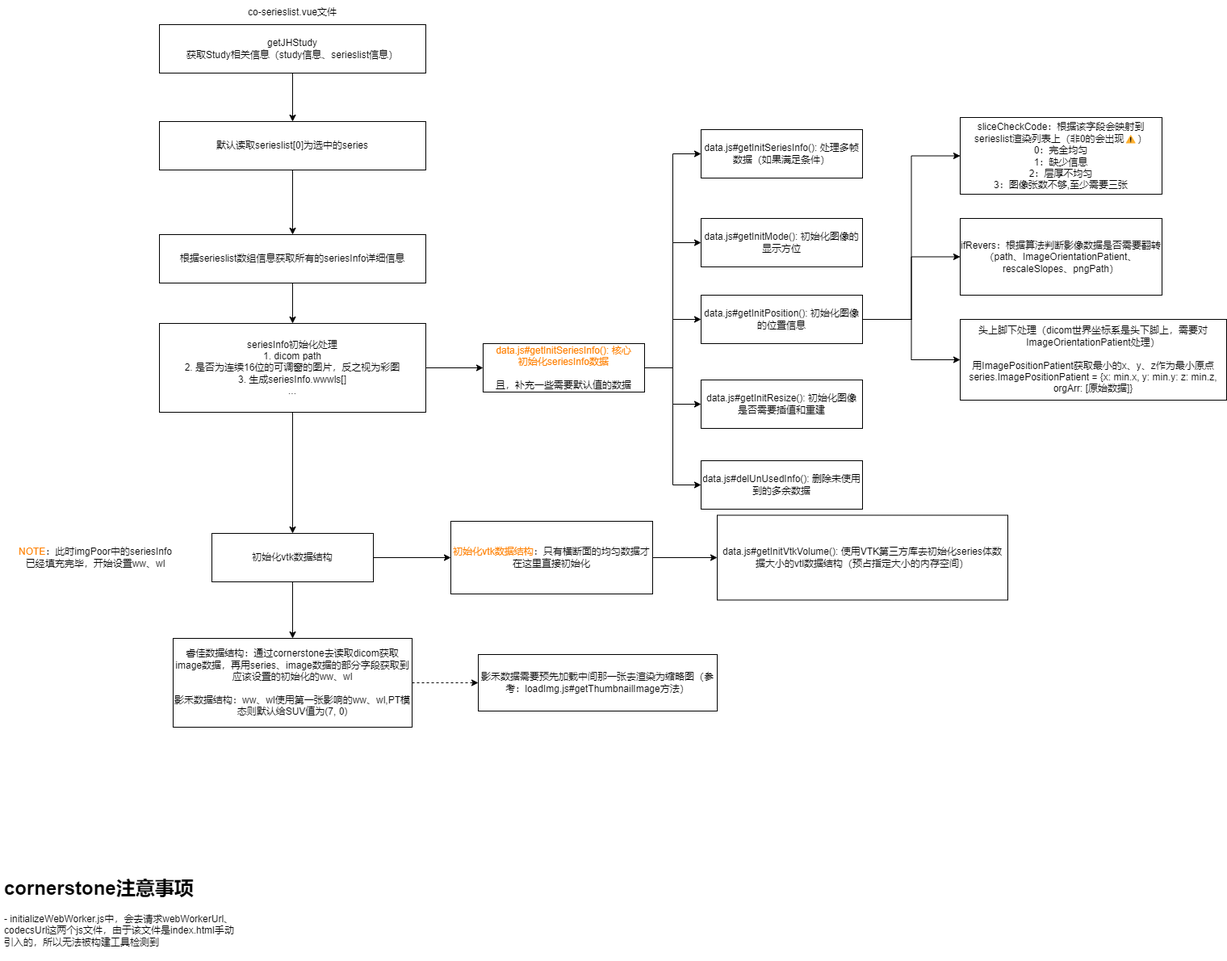
Earlier version of the draw.io export viewer数据流.drawio.png (JYbill/draw). Source tidied: cells renumbered, new cells last; positions are measured from the earlier drawing's top-left corner, leaving out a move shared by most shapes.
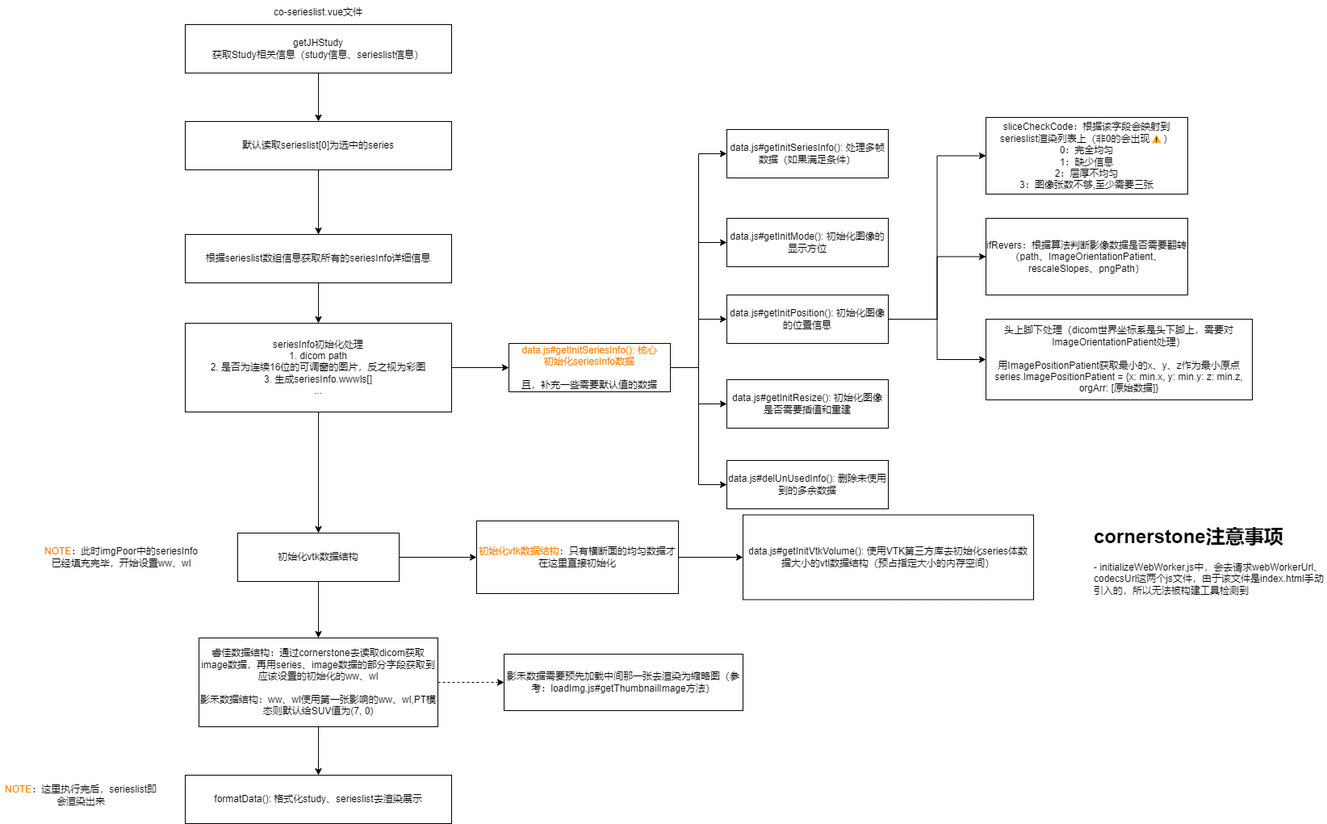
After the commit.

Commit message:
更新viewer数据流.drawio.png

What changed in the source:
```diff
@@ -99,7 +99,7 @@
       <mxGeometry x="868" y="570" width="200" height="60" as="geometry" />
     </mxCell>
     <mxCell id="34" value="&lt;h1&gt;cornerstone注意事项&lt;br&gt;&lt;/h1&gt;&lt;p&gt;- initializeWebWorker.js中，会去请求webWorkerUrl、codecsUrl这两个js文件，由于该文件是index.html手动引入的，所以无法被构建工具检测到&lt;/p&gt;" style="text;html=1;spacing=5;spacingTop=-20;whiteSpace=wrap;overflow=hidden;rounded=0;" parent="1" vertex="1">
-      <mxGeometry y="1080" width="294" height="110" as="geometry" />
+      <mxGeometry x="1318" y="645" width="294" height="110" as="geometry" />
     </mxCell>
     <mxCell id="35" value="data.js#getInitVtkVolume(): 使用VTK第三方库去初始化series体数据大小的vtl数据结构（预占指定大小的内存空间）" style="rounded=0;whiteSpace=wrap;html=1;" parent="1" vertex="1">
       <mxGeometry x="888" y="637.5" width="360" height="105" as="geometry" />
@@ -110,11 +110,20 @@
     <mxCell id="37" style="edgeStyle=orthogonalEdgeStyle;rounded=0;jettySize=auto;html=1;exitX=1;exitY=0.5;exitDx=0;exitDy=0;dashed=1;" parent="1" edge="1" source="38" target="39">
       <mxGeometry relative="1" as="geometry" />
     </mxCell>
+    <mxCell id="40" style="edgeStyle=orthogonalEdgeStyle;rounded=0;jettySize=auto;html=1;exitX=0.5;exitY=1;exitDx=0;exitDy=0;" parent="1" edge="1" source="38" target="41">
+      <mxGeometry relative="1" as="geometry" />
+    </mxCell>
     <mxCell id="38" value="睿佳数据结构：通过cornerstone去读取dicom获取image数据，再用series、image数据的部分字段获取到应该设置的初始化的ww、wl&lt;br&gt;&lt;br&gt;影禾数据结构：ww、wl使用第一张影响的ww、wl,PT模态则默认给SUV值为(7, 0)" style="rounded=0;whiteSpace=wrap;html=1;" parent="1" vertex="1">
       <mxGeometry x="214" y="790" width="296" height="110" as="geometry" />
     </mxCell>
     <mxCell id="39" value="影禾数据需要预先加载中间那一张去渲染为缩略图（参考：loadImg.js#getThumbnailImage方法）" style="rounded=0;whiteSpace=wrap;html=1;" parent="1" vertex="1">
       <mxGeometry x="592" y="810" width="296" height="70" as="geometry" />
     </mxCell>
+    <mxCell id="41" value="formatData(): 格式化study、serieslist去渲染展示" style="rounded=0;whiteSpace=wrap;html=1;" parent="1" vertex="1">
+      <mxGeometry x="197" y="960" width="330" height="60" as="geometry" />
+    </mxCell>
+    <mxCell id="42" value="&lt;font color=&quot;#ff8000&quot;&gt;NOTE&lt;/font&gt;：这里执行完后，serieslist即会渲染出来" style="text;html=1;align=center;verticalAlign=middle;whiteSpace=wrap;rounded=0;" parent="1" vertex="1">
+      <mxGeometry x="-32" y="950" width="200" height="70" as="geometry" />
+    </mxCell>
   </root>
 </mxGraphModel>
```
